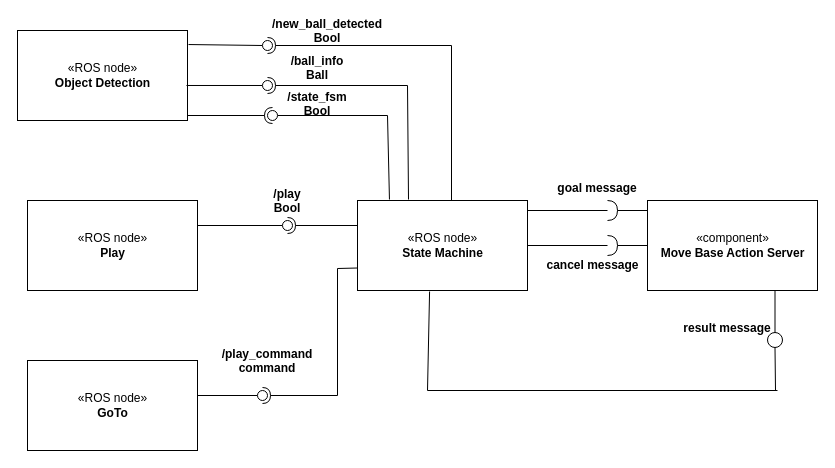
Above: Images/Architecture.drawio in chiaraterrile/exp_assignment3 (draw.io), before the change. Source tidied: cells renumbered, new cells numbered last; positions are measured from the earlier drawing's top-left corner, leaving out a move shared by most shapes. Both pictures are drawn from the tidied source at 100%, with x=0, y=0 at pixel (17, 24).
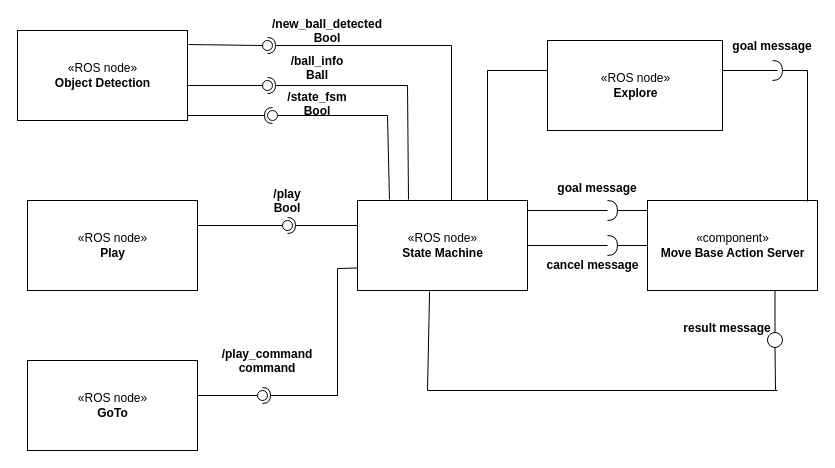
After the change.

Commit message (it also covers changes not shown here):
Updating the architecture scheme

The edit, as a diff of the source:
```diff
@@
+    <mxCell id="43" value="«ROS node»&lt;br&gt;&lt;b&gt;Explore&lt;/b&gt;" style="html=1;" parent="1" vertex="1">
+      <mxGeometry x="530" y="16" width="175" height="90" as="geometry" />
+    </mxCell>
+    <mxCell id="44" style="endArrow=none;html=1;" parent="1" edge="1">
+      <mxGeometry relative="1" as="geometry">
+        <mxPoint x="705" y="46" as="sourcePoint" />
+        <mxPoint x="760" y="46" as="targetPoint" />
+      </mxGeometry>
+    </mxCell>
+    <mxCell id="45" style="shape=requiredInterface;html=1;verticalLabelPosition=bottom;" parent="1" vertex="1">
+      <mxGeometry x="755" y="36" width="10" height="20" as="geometry" />
+    </mxCell>
+    <mxCell id="46" style="endArrow=none;html=1;exitX=1;exitY=0.5;exitDx=0;exitDy=0;exitPerimeter=0;" parent="1" edge="1" source="45">
+      <mxGeometry relative="1" as="geometry">
+        <mxPoint x="790" y="46" as="targetPoint" />
+      </mxGeometry>
+    </mxCell>
+    <mxCell id="47" style="endArrow=none;html=1;" parent="1" edge="1">
+      <mxGeometry relative="1" as="geometry">
+        <mxPoint x="790" y="177" as="sourcePoint" />
+        <mxPoint x="790" y="46" as="targetPoint" />
+      </mxGeometry>
+    </mxCell>
+    <mxCell id="48" value="goal message" style="text;align=center;fontStyle=1;verticalAlign=middle;spacingLeft=3;spacingRight=3;strokeColor=none;" parent="1" vertex="1">
+      <mxGeometry x="715" y="8" width="80" height="26" as="geometry" />
+    </mxCell>
+    <mxCell id="49" style="endArrow=none;html=1;" parent="1" edge="1">
+      <mxGeometry relative="1" as="geometry">
+        <mxPoint x="470" y="176" as="sourcePoint" />
+        <mxPoint x="470" y="46" as="targetPoint" />
+      </mxGeometry>
+    </mxCell>
+    <mxCell id="50" style="endArrow=none;html=1;" parent="1" edge="1">
+      <mxGeometry relative="1" as="geometry">
+        <mxPoint x="470" y="46" as="sourcePoint" />
+        <mxPoint x="530" y="46" as="targetPoint" />
+      </mxGeometry>
+    </mxCell>
```
